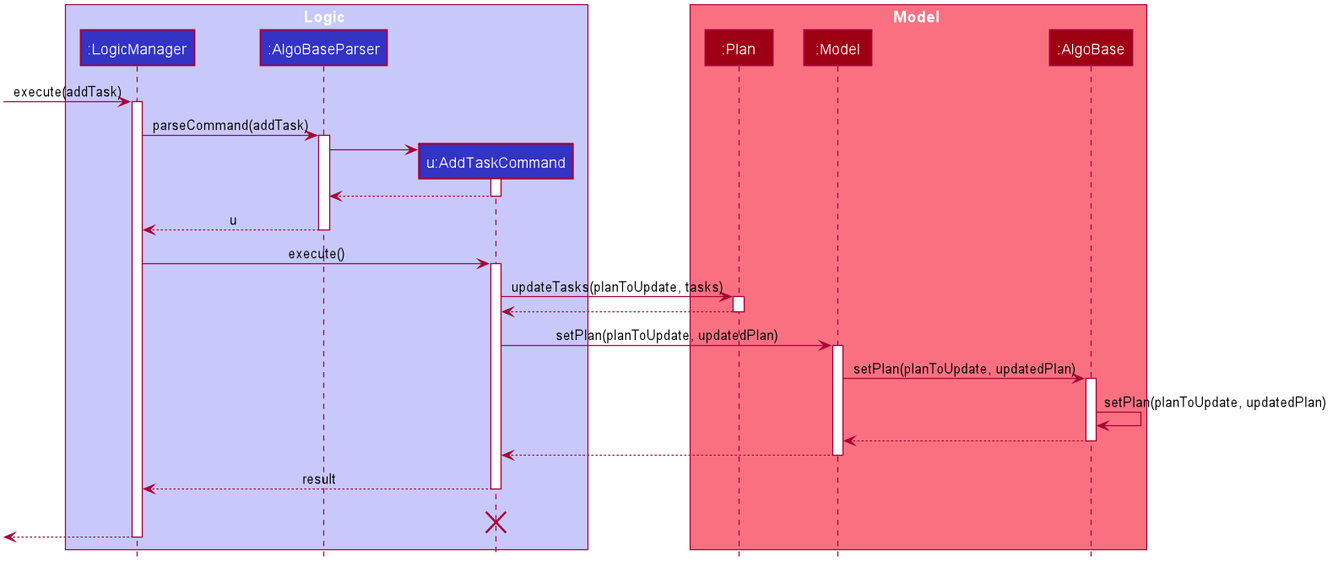
nus-cs2103-AY1920S1/addressbook-level3 keeps this PlantUML diagram as docs/images/task/AddTaskSequenceDiagram.png. Above is the earlier version. The source it was exported from:
```plantuml
@startuml








skinparam BackgroundColor #FFFFFFF

skinparam Shadowing false

skinparam Class {
    FontColor #FFFFFF
    BorderThickness 1
    BorderColor #FFFFFF
    StereotypeFontColor #FFFFFF
    FontName Arial
}

skinparam Actor {
    BorderColor #000000
    Color #000000
    FontName Arial
}

skinparam Sequence {
    MessageAlign center
    BoxFontSize 15
    BoxPadding 0
    BoxFontColor #FFFFFF
    FontName Arial
}

skinparam Participant {
    FontColor #FFFFFFF
    Padding 20
}

skinparam MinClassWidth 50
skinparam ParticipantPadding 10
skinparam Shadowing false
skinparam DefaultTextAlignment center
skinparam packageStyle Rectangle

hide footbox
hide members
hide circle

box Logic #C8C8FA
participant ":LogicManager" as LogicManager #3333C4
participant ":AlgoBaseParser" as AlgoBaseParser #3333C4
participant "u:AddTaskCommand" as AddTaskCommand #3333C4
end box

box Model #F97181
participant ":Plan" as Plan #9D0012
participant ":Model" as Model #9D0012
participant ":AlgoBase" as AlgoBase #9D0012
end box
[-> LogicManager : execute(addTask)
activate LogicManager

LogicManager -> AlgoBaseParser : parseCommand(addTask)
activate AlgoBaseParser

create AddTaskCommand
AlgoBaseParser -> AddTaskCommand
activate AddTaskCommand

AddTaskCommand --> AlgoBaseParser
deactivate AddTaskCommand

AlgoBaseParser --> LogicManager : u
deactivate AlgoBaseParser

LogicManager -> AddTaskCommand : execute()
activate AddTaskCommand

AddTaskCommand -> Plan : updateTasks(planToUpdate, tasks)
activate Plan

Plan --> AddTaskCommand
deactivate Plan

AddTaskCommand -> Model : setPlan(planToUpdate, updatedPlan)
activate Model

Model -> AlgoBase : setPlan(planToUpdate, updatedPlan)
activate AlgoBase

AlgoBase -> AlgoBase : setPlan(planToUpdate, updatedPlan)
AlgoBase --> Model
deactivate AlgoBase

Model --> AddTaskCommand
deactivate Model

AddTaskCommand --> LogicManager : result
deactivate AddTaskCommand
AddTaskCommand -[hidden]-> LogicManager : result
destroy AddTaskCommand

[<--LogicManager
deactivate LogicManager
@enduml
```
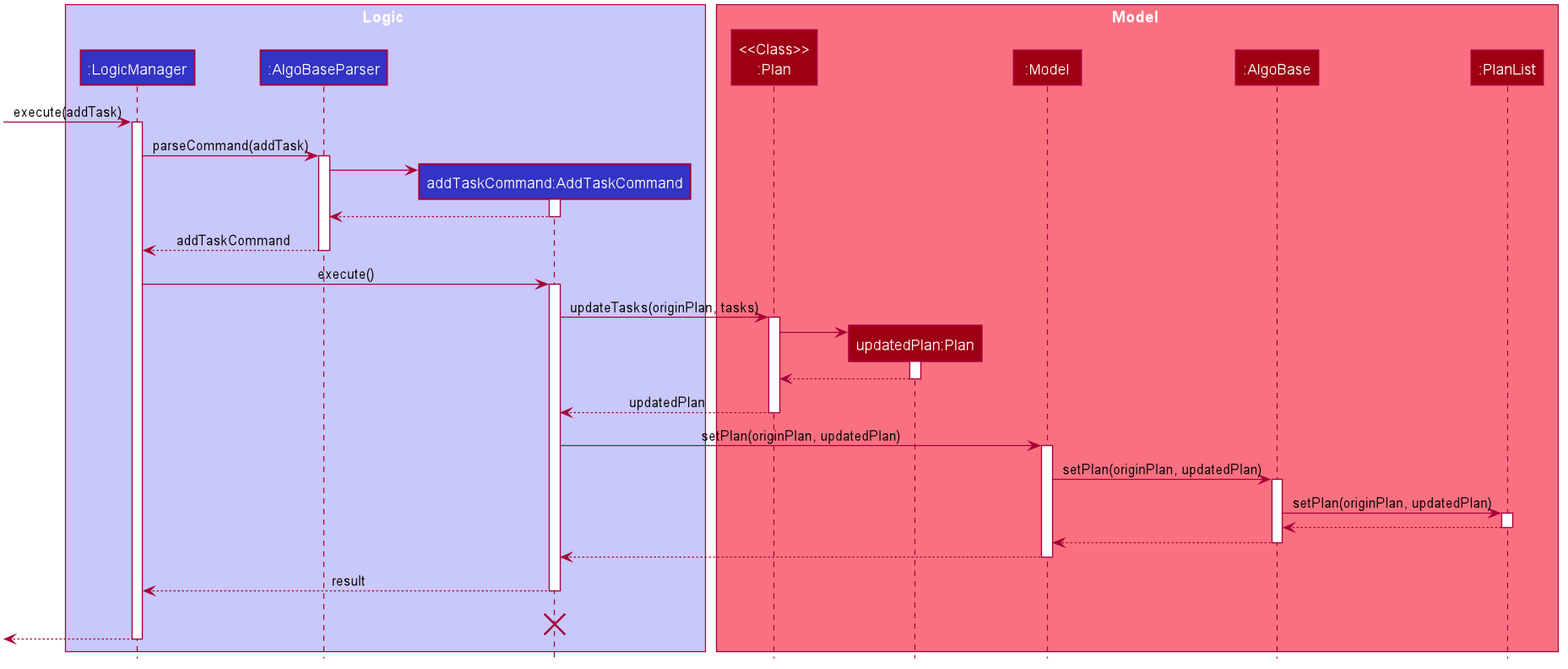
The same diagram one commit later.

The edit, as a diff of the source:
```diff
@@ -51,14 +51,17 @@
 box Logic #C8C8FA
 participant ":LogicManager" as LogicManager #3333C4
 participant ":AlgoBaseParser" as AlgoBaseParser #3333C4
-participant "u:AddTaskCommand" as AddTaskCommand #3333C4
+participant "addTaskCommand:AddTaskCommand" as AddTaskCommand #3333C4
 end box
 
 box Model #F97181
-participant ":Plan" as Plan #9D0012
+participant "<<Class>>\n:Plan" as PlanClass #9D0012
+participant "updatedPlan:Plan" as PlanObject #9D0012
 participant ":Model" as Model #9D0012
 participant ":AlgoBase" as AlgoBase #9D0012
+participant ":PlanList" as PlanList #9D0012
 end box
+
 [-> LogicManager : execute(addTask)
 activate LogicManager
 
@@ -72,25 +75,37 @@
 AddTaskCommand --> AlgoBaseParser
 deactivate AddTaskCommand
 
-AlgoBaseParser --> LogicManager : u
+AlgoBaseParser --> LogicManager : addTaskCommand
 deactivate AlgoBaseParser
 
 LogicManager -> AddTaskCommand : execute()
 activate AddTaskCommand
 
-AddTaskCommand -> Plan : updateTasks(planToUpdate, tasks)
-activate Plan
+AddTaskCommand -> PlanClass : updateTasks(originPlan, tasks)
+activate PlanClass
 
-Plan --> AddTaskCommand
-deactivate Plan
+create PlanObject
+PlanClass -> PlanObject
+activate PlanObject
 
-AddTaskCommand -> Model : setPlan(planToUpdate, updatedPlan)
+PlanObject --> PlanClass
+deactivate PlanObject
+
+PlanClass --> AddTaskCommand : updatedPlan
+deactivate PlanClass
+
+AddTaskCommand -> Model : setPlan(originPlan, updatedPlan)
 activate Model
 
-Model -> AlgoBase : setPlan(planToUpdate, updatedPlan)
+Model -> AlgoBase : setPlan(originPlan, updatedPlan)
 activate AlgoBase
 
-AlgoBase -> AlgoBase : setPlan(planToUpdate, updatedPlan)
+AlgoBase -> PlanList : setPlan(originPlan, updatedPlan)
+activate PlanList
+
+PlanList --> AlgoBase
+deactivate PlanList
+
 AlgoBase --> Model
 deactivate AlgoBase
 
```
